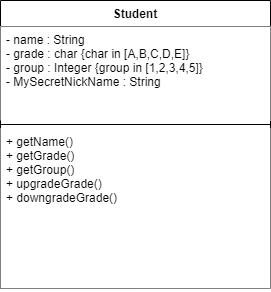
aparnak22/short-exercise-oop-encapsulation keeps this draw.io diagram as docs/Student.png. Above is the earlier version. Source tidied: cells renumbered, new cells last; positions are measured from the earlier drawing's top-left corner, leaving out a move shared by most shapes. Source of this version:
```xml
<mxGraphModel>
  <root>
    <mxCell id="0" />
    <mxCell id="1" parent="0" />
    <mxCell id="2" value="Student" style="swimlane;fontStyle=1;align=center;verticalAlign=top;horizontal=1;startSize=26;" parent="1" vertex="1">
      <mxGeometry width="270" height="288" as="geometry" />
    </mxCell>
    <mxCell id="3" value="- name : String&#10;- grade : char {char in [A,B,C,D,E]}&#10;- group : Integer {group in [1,2,3,4,5]}&#10;- MySecretNickName : String" style="text;strokeColor=none;fillColor=default;align=left;verticalAlign=top;spacingLeft=4;spacingRight=4;overflow=hidden;" parent="2" vertex="1">
      <mxGeometry y="26" width="270" height="94" as="geometry" />
    </mxCell>
    <mxCell id="4" style="line;strokeWidth=1;fillColor=none;align=left;verticalAlign=middle;spacingTop=-1;spacingLeft=3;spacingRight=3;labelPosition=right;" parent="2" vertex="1">
      <mxGeometry y="120" width="270" height="8" as="geometry" />
    </mxCell>
    <mxCell id="5" value="+ getName()&#10;+ getGrade()&#10;+ getGroup()&#10;+ upgradeGrade()&#10;+ downgradeGrade()" style="text;strokeColor=none;fillColor=default;align=left;verticalAlign=top;spacingLeft=4;spacingRight=4;overflow=hidden;" parent="2" vertex="1">
      <mxGeometry y="128" width="270" height="160" as="geometry" />
    </mxCell>
  </root>
</mxGraphModel>
```
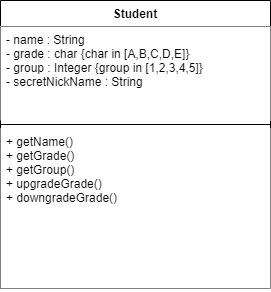
Above is the later version.

Commit message:
change name of secretNickName field

Change to the diagram source:
```diff
@@ -5,7 +5,7 @@
     <mxCell id="2" value="Student" style="swimlane;fontStyle=1;align=center;verticalAlign=top;horizontal=1;startSize=26;" parent="1" vertex="1">
       <mxGeometry width="270" height="288" as="geometry" />
     </mxCell>
-    <mxCell id="3" value="- name : String&#10;- grade : char {char in [A,B,C,D,E]}&#10;- group : Integer {group in [1,2,3,4,5]}&#10;- MySecretNickName : String" style="text;strokeColor=none;fillColor=default;align=left;verticalAlign=top;spacingLeft=4;spacingRight=4;overflow=hidden;" parent="2" vertex="1">
+    <mxCell id="3" value="- name : String&#10;- grade : char {char in [A,B,C,D,E]}&#10;- group : Integer {group in [1,2,3,4,5]}&#10;- secretNickName : String" style="text;strokeColor=none;fillColor=default;align=left;verticalAlign=top;spacingLeft=4;spacingRight=4;overflow=hidden;" parent="2" vertex="1">
       <mxGeometry y="26" width="270" height="94" as="geometry" />
     </mxCell>
     <mxCell id="4" style="line;strokeWidth=1;fillColor=none;align=left;verticalAlign=middle;spacingTop=-1;spacingLeft=3;spacingRight=3;labelPosition=right;" parent="2" vertex="1">
```
